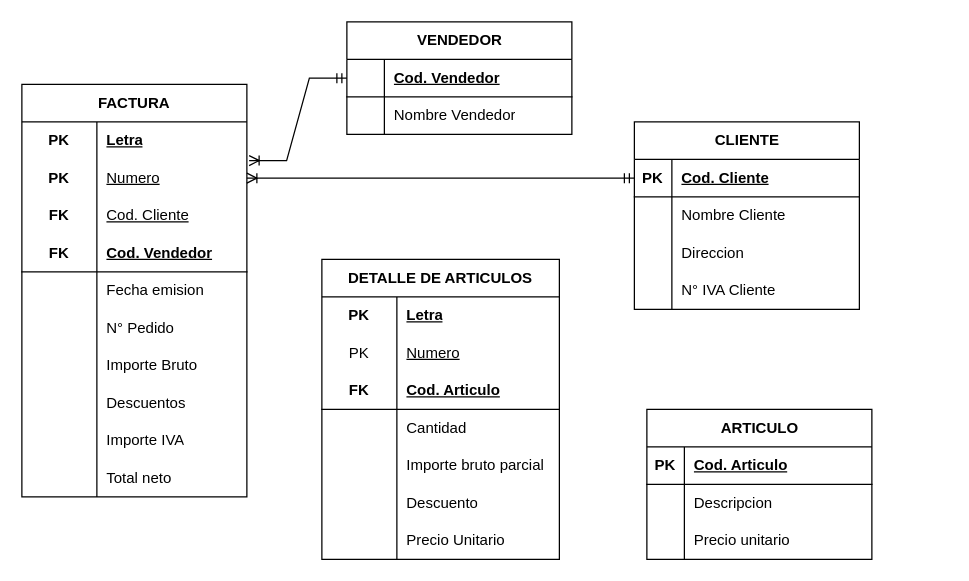
The draw.io diagram page "DER REENTREGA" (4 of 4) of FACTURA-GRUPO11.drawio in Ailenmarina/Grupo11, before the edit. Source tidied: cells renumbered, new cells numbered last; positions are measured from the earlier drawing's top-left corner, leaving out a move shared by most shapes. Both pictures are drawn from the tidied source at 125%, with x=0, y=0 at pixel (21, 21).
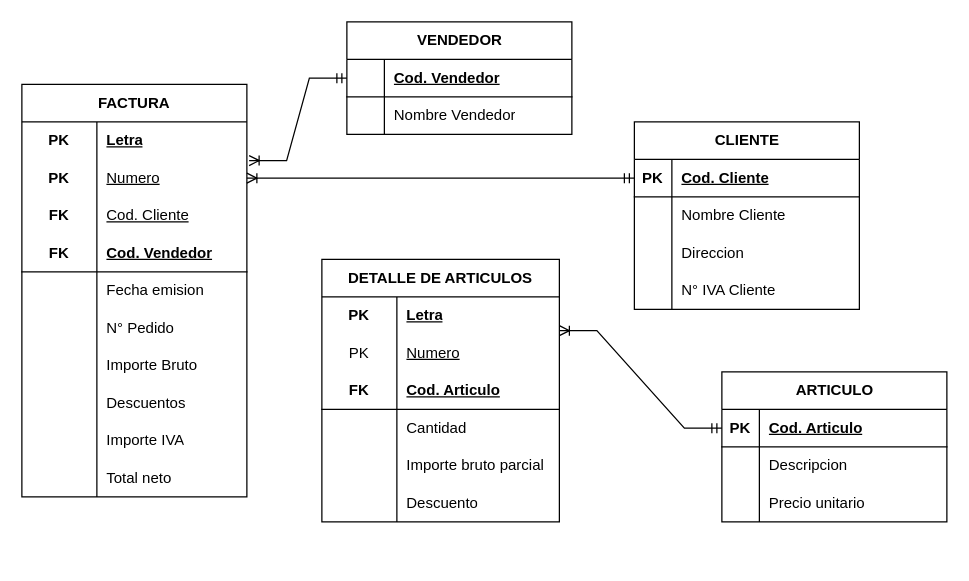
Above is the later version.

Unchanged cells that the change refers to:
```xml
<mxCell id="47" style="shape=tableRow;horizontal=0;startSize=0;swimlaneHead=0;swimlaneBody=0;fillColor=none;points=[[0,0.5],[1,0.5]];portConstraint=eastwest;top=0;left=0;right=0;bottom=0;html=1;" parent="43" vertex="1">
  <mxGeometry y="60" width="190" height="30" as="geometry" />
</mxCell>
<mxCell id="79" style="shape=tableRow;horizontal=0;startSize=0;swimlaneHead=0;swimlaneBody=0;fillColor=none;points=[[0,0.5],[1,0.5]];portConstraint=eastwest;top=0;left=0;right=0;bottom=1;" parent="78" vertex="1">
  <mxGeometry y="30" width="180" height="30" as="geometry" />
</mxCell>
```

Diff of the diagram source:
```diff
@@
     <mxCell id="43" value="DETALLE DE ARTICULOS" style="shape=table;startSize=30;childLayout=tableLayout;rowLines=0;fontStyle=1;align=center;html=1;whiteSpace=wrap;" parent="1" vertex="1">
-      <mxGeometry x="240" y="190" width="190" height="240" as="geometry" />
+      <mxGeometry x="240" y="190" width="190" height="210" as="geometry" />
     </mxCell>
@@
-    <mxCell id="62" style="shape=tableRow;horizontal=0;startSize=0;swimlaneHead=0;swimlaneBody=0;fillColor=none;top=0;left=0;right=0;bottom=0;html=1;" parent="43" vertex="1">
-      <mxGeometry y="210" width="190" height="30" as="geometry" />
-    </mxCell>
-    <mxCell id="63" style="shape=partialRectangle;fillColor=none;top=0;left=0;bottom=0;right=0;overflow=hidden;html=1;whiteSpace=wrap;" parent="62" vertex="1">
-      <mxGeometry width="60" height="30" as="geometry" />
-    </mxCell>
-    <mxCell id="64" value="Precio Unitario" style="shape=partialRectangle;fillColor=none;top=0;left=0;bottom=0;right=0;align=left;spacingLeft=6;overflow=hidden;html=1;whiteSpace=wrap;" parent="62" vertex="1">
-      <mxGeometry x="60" width="130" height="30" as="geometry" />
-    </mxCell>
@@
     <mxCell id="78" value="ARTICULO" style="shape=table;startSize=30;childLayout=tableLayout;rowLines=0;fontStyle=1;align=center;html=1;" parent="1" vertex="1">
-      <mxGeometry x="500" y="310" width="180" height="120" as="geometry" />
+      <mxGeometry x="560" y="280" width="180" height="120" as="geometry" />
     </mxCell>
@@
+    <mxCell id="89" style="edgeStyle=entityRelationEdgeStyle;fontSize=12;html=1;endArrow=ERoneToMany;startArrow=ERmandOne;rounded=0;entryX=1;entryY=-0.1;entryDx=0;entryDy=0;entryPerimeter=0;exitX=0;exitY=0.5;exitDx=0;exitDy=0;" parent="1" edge="1" source="79" target="47">
+      <mxGeometry relative="1" as="geometry" />
+    </mxCell>
```
